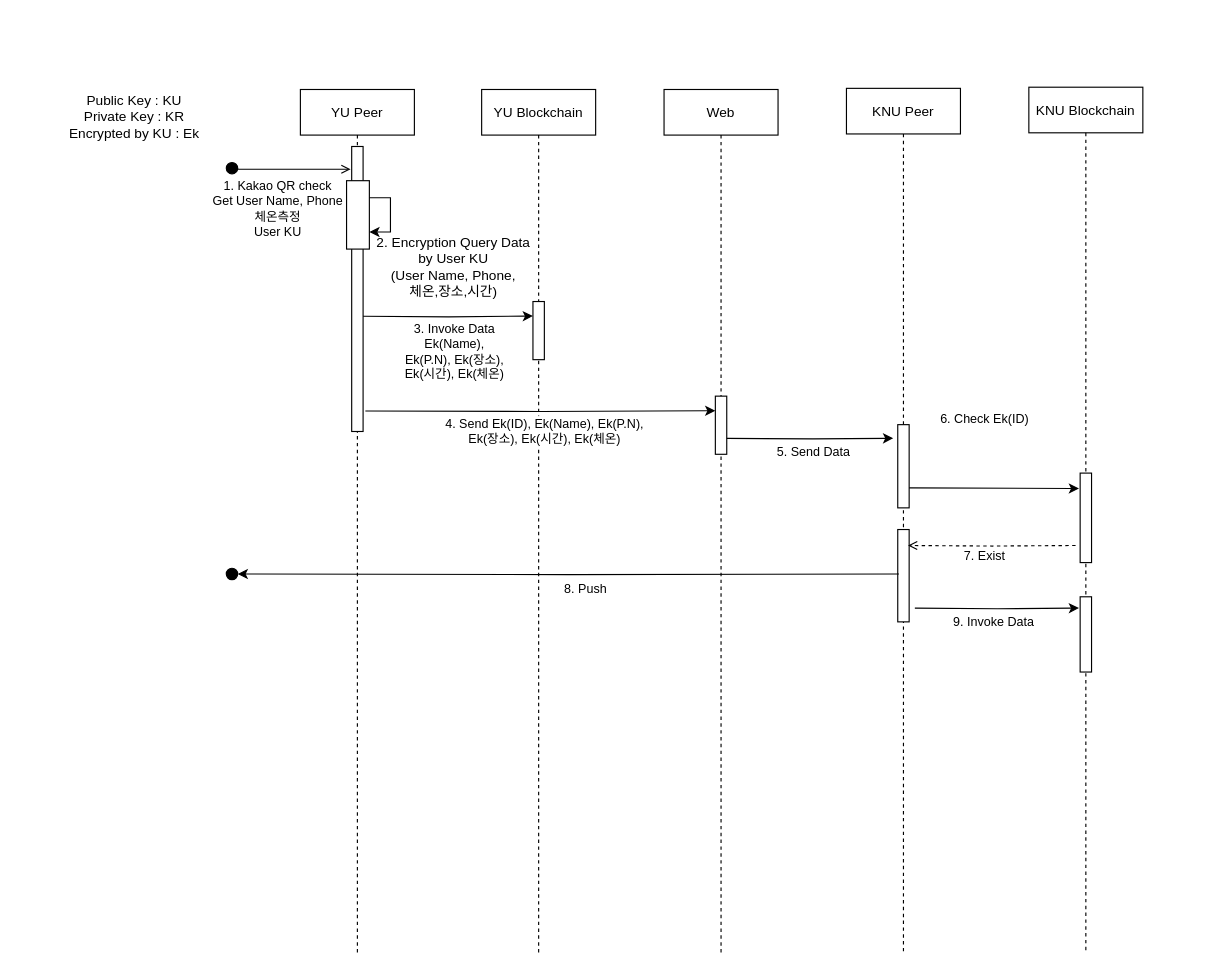
The draw.io diagram page "check by other org" (1 of 3) of Sequence Diagram.drawio in GunhyungKim/TrackingSystem, before the edit. Source tidied: cells renumbered, new cells numbered last; positions are measured from the earlier drawing's top-left corner, leaving out a move shared by most shapes. Both pictures are drawn from the tidied source at 114%, with x=0, y=0 at pixel (59, 87).
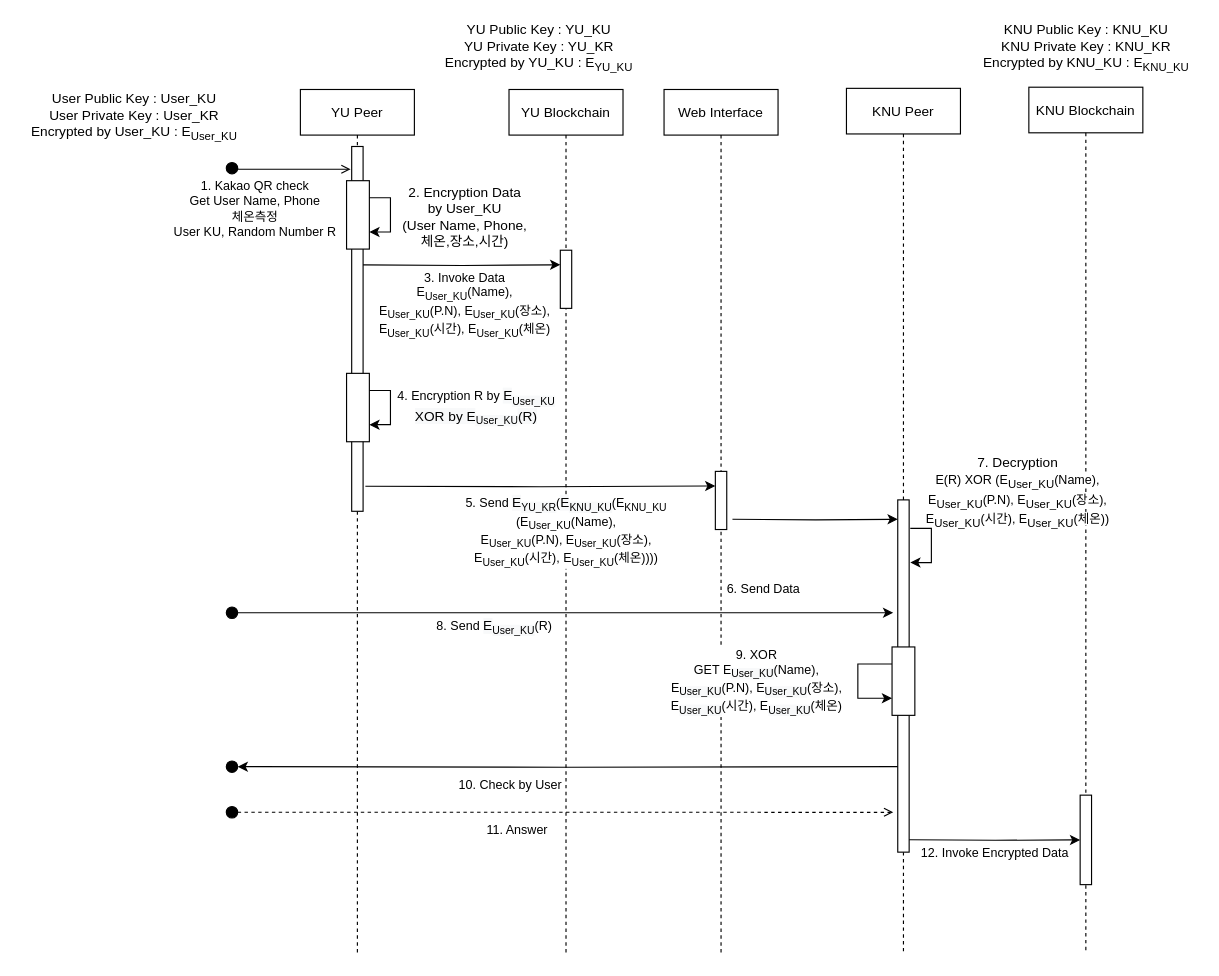
After the change.

The change refers to these unchanged cells:
```xml
<mxCell id="4" value="KNU Peer" style="shape=umlLifeline;perimeter=lifelinePerimeter;rounded=0;shadow=0;strokeWidth=1;" parent="1" vertex="1">
  <mxGeometry x="690" y="1" width="100" height="759" as="geometry" />
</mxCell>
<mxCell id="7" value="KNU Blockchain" style="shape=umlLifeline;perimeter=lifelinePerimeter;rounded=0;shadow=0;strokeWidth=1;" parent="1" vertex="1">
  <mxGeometry x="850" width="100" height="760" as="geometry" />
</mxCell>
<mxCell id="10" value="YU Peer" style="shape=umlLifeline;perimeter=lifelinePerimeter;rounded=0;shadow=0;strokeWidth=1;" parent="1" vertex="1">
  <mxGeometry x="211" y="2" width="100" height="759" as="geometry" />
</mxCell>
<mxCell id="15" style="edgeStyle=orthogonalEdgeStyle;rounded=0;jettySize=auto;html=1;exitX=1;exitY=0.5;exitDx=0;exitDy=0;endArrow=open;endFill=0;" parent="1" edge="1" source="14">
  <mxGeometry relative="1" as="geometry">
    <mxPoint x="255" y="72" as="targetPoint" />
    <Array as="points">
      <mxPoint x="156" y="72" />
    </Array>
  </mxGeometry>
</mxCell>
```

Diff of the diagram source:
```diff
@@
-    <mxCell id="2" value="Web" style="shape=umlLifeline;perimeter=lifelinePerimeter;rounded=0;shadow=0;strokeWidth=1;" parent="1" vertex="1">
+    <mxCell id="2" value="Web Interface" style="shape=umlLifeline;perimeter=lifelinePerimeter;rounded=0;shadow=0;strokeWidth=1;" parent="1" vertex="1">
       <mxGeometry x="530" y="2" width="100" height="759" as="geometry" />
     </mxCell>
     <mxCell id="3" style="rounded=0;whiteSpace=wrap;html=1;" parent="2" vertex="1">
-      <mxGeometry x="45" y="269" width="10" height="51" as="geometry" />
+      <mxGeometry x="45" y="335" width="10" height="51" as="geometry" />
     </mxCell>
@@
-    <mxCell id="5" style="rounded=0;whiteSpace=wrap;html=1;" parent="4" vertex="1">
-      <mxGeometry x="45" y="387" width="10" height="81" as="geometry" />
-    </mxCell>
     <mxCell id="6" style="rounded=0;whiteSpace=wrap;html=1;" parent="4" vertex="1">
-      <mxGeometry x="45" y="295" width="10" height="73" as="geometry" />
+      <mxGeometry x="45" y="361" width="10" height="309" as="geometry" />
     </mxCell>
+    <mxCell id="36" style="rounded=0;whiteSpace=wrap;html=1;fillColor=#FFFFFF;" parent="4" vertex="1">
+      <mxGeometry x="40" y="490" width="20" height="60" as="geometry" />
+    </mxCell>
+    <mxCell id="37" style="edgeStyle=orthogonalEdgeStyle;rounded=0;orthogonalLoop=1;jettySize=auto;html=1;exitX=0;exitY=0.25;exitDx=0;exitDy=0;entryX=0;entryY=0.75;entryDx=0;entryDy=0;" parent="4" edge="1" source="36" target="36">
+      <mxGeometry relative="1" as="geometry">
+        <Array as="points">
+          <mxPoint x="10" y="505" />
+          <mxPoint x="10" y="535" />
+        </Array>
+      </mxGeometry>
+    </mxCell>
+    <mxCell id="38" value="9. XOR&lt;br&gt;GET E&lt;sub style=&quot;background-color: rgb(248 , 249 , 250)&quot;&gt;User_KU&lt;/sub&gt;(Name),&lt;br style=&quot;background-color: rgb(248 , 249 , 250)&quot;&gt;E&lt;sub style=&quot;background-color: rgb(248 , 249 , 250)&quot;&gt;User_KU&lt;/sub&gt;(P.N), E&lt;sub style=&quot;background-color: rgb(248 , 249 , 250)&quot;&gt;User_KU&lt;/sub&gt;(장소),&lt;br style=&quot;background-color: rgb(248 , 249 , 250)&quot;&gt;E&lt;sub style=&quot;background-color: rgb(248 , 249 , 250)&quot;&gt;User_KU&lt;/sub&gt;(시간), E&lt;sub style=&quot;background-color: rgb(248 , 249 , 250)&quot;&gt;User_KU&lt;/sub&gt;(체온)" style="edgeLabel;html=1;align=center;verticalAlign=middle;" parent="37" vertex="1">
+      <mxGeometry x="-0.43" y="-3" relative="1" as="geometry">
+        <mxPoint x="-94" y="18" as="offset" />
+      </mxGeometry>
+    </mxCell>
@@
-    <mxCell id="8" style="rounded=0;whiteSpace=wrap;html=1;" parent="7" vertex="1">
-      <mxGeometry x="45" y="447" width="10" height="66" as="geometry" />
-    </mxCell>
     <mxCell id="9" style="rounded=0;whiteSpace=wrap;html=1;" parent="7" vertex="1">
-      <mxGeometry x="45" y="338.5" width="10" height="78.5" as="geometry" />
+      <mxGeometry x="45" y="621" width="10" height="78.5" as="geometry" />
     </mxCell>
@@
     <mxCell id="11" style="rounded=0;whiteSpace=wrap;html=1;" parent="10" vertex="1">
-      <mxGeometry x="45" y="50" width="10" height="250" as="geometry" />
+      <mxGeometry x="45" y="50" width="10" height="320" as="geometry" />
     </mxCell>
@@
+    <mxCell id="39" style="rounded=0;whiteSpace=wrap;html=1;fillColor=#FFFFFF;" parent="10" vertex="1">
+      <mxGeometry x="40.5" y="249" width="20" height="60" as="geometry" />
+    </mxCell>
+    <mxCell id="40" style="edgeStyle=orthogonalEdgeStyle;rounded=0;orthogonalLoop=1;jettySize=auto;html=1;exitX=1;exitY=0.25;exitDx=0;exitDy=0;entryX=1;entryY=0.75;entryDx=0;entryDy=0;" parent="10" edge="1" source="39" target="39">
+      <mxGeometry relative="1" as="geometry">
+        <Array as="points">
+          <mxPoint x="79" y="264" />
+          <mxPoint x="79" y="294" />
+        </Array>
+      </mxGeometry>
+    </mxCell>
+    <mxCell id="41" value="4. Encryption R by&amp;nbsp;&lt;span style=&quot;font-size: 12px ; background-color: rgb(248 , 249 , 250)&quot;&gt;E&lt;/span&gt;&lt;sub style=&quot;background-color: rgb(248 , 249 , 250)&quot;&gt;User_KU&lt;/sub&gt;&lt;br&gt;&lt;span style=&quot;font-size: 12px ; background-color: rgb(248 , 249 , 250)&quot;&gt;XOR by&amp;nbsp;&lt;/span&gt;&lt;span style=&quot;font-size: 12px ; background-color: rgb(248 , 249 , 250)&quot;&gt;E&lt;/span&gt;&lt;sub style=&quot;background-color: rgb(248 , 249 , 250)&quot;&gt;User_KU&lt;/sub&gt;&lt;span style=&quot;font-size: 12px ; background-color: rgb(248 , 249 , 250)&quot;&gt;(R)&lt;/span&gt;&lt;sub style=&quot;background-color: rgb(248 , 249 , 250)&quot;&gt;&lt;br&gt;&lt;/sub&gt;" style="edgeLabel;html=1;align=center;verticalAlign=middle;" parent="40" vertex="1">
+      <mxGeometry x="-0.45" y="-4" relative="1" as="geometry">
+        <mxPoint x="74.5" y="10" as="offset" />
+      </mxGeometry>
+    </mxCell>
@@
-    <mxCell id="16" value="1. Kakao QR check&lt;br&gt;Get User Name, Phone&lt;br&gt;체온측정&lt;br&gt;User KU" style="edgeLabel;html=1;align=center;verticalAlign=middle;" parent="15" vertex="1">
+    <mxCell id="16" value="1. Kakao QR check&lt;br&gt;Get User Name, Phone&lt;br&gt;체온측정&lt;br&gt;User KU, Random Number R" style="edgeLabel;html=1;align=center;verticalAlign=middle;" parent="15" vertex="1">
       <mxGeometry x="0.26" y="1" relative="1" as="geometry">
-        <mxPoint x="-28" y="35" as="offset" />
+        <mxPoint x="-48" y="35" as="offset" />
       </mxGeometry>
     </mxCell>
-    <mxCell id="17" value="2. Encryption Query Data&lt;br&gt;by User KU&lt;br&gt;(User Name, Phone,&lt;br&gt;체온,장소,시간)" style="text;html=1;align=center;verticalAlign=middle;" parent="1" vertex="1">
-      <mxGeometry x="270" y="128" width="150" height="60" as="geometry" />
+    <mxCell id="17" value="2. Encryption Data&lt;br&gt;by User_KU&lt;br&gt;(User Name, Phone,&lt;br&gt;체온,장소,시간)" style="text;html=1;align=center;verticalAlign=middle;" parent="1" vertex="1">
+      <mxGeometry x="295" y="84" width="120" height="60" as="geometry" />
     </mxCell>
-    <mxCell id="18" style="edgeStyle=orthogonalEdgeStyle;rounded=0;orthogonalLoop=1;jettySize=auto;html=1;exitX=1.5;exitY=0.9;exitDx=0;exitDy=0;entryX=-0.1;entryY=0.173;entryDx=0;entryDy=0;endArrow=classic;endFill=1;exitPerimeter=0;entryPerimeter=0;" parent="1" edge="1">
-      <mxGeometry relative="1" as="geometry">
-        <mxPoint x="750" y="457" as="sourcePoint" />
-        <mxPoint x="894" y="456.9" as="targetPoint" />
-      </mxGeometry>
-    </mxCell>
-    <mxCell id="19" value="9. Invoke Data" style="edgeLabel;html=1;align=center;verticalAlign=middle;" parent="18" vertex="1">
-      <mxGeometry x="-0.25" y="-1" relative="1" as="geometry">
-        <mxPoint x="15" y="10" as="offset" />
-      </mxGeometry>
-    </mxCell>
-    <mxCell id="20" style="edgeStyle=orthogonalEdgeStyle;rounded=0;jettySize=auto;html=1;exitX=0.1;exitY=0.9;exitDx=0;exitDy=0;endArrow=classic;endFill=1;exitPerimeter=0;entryX=1;entryY=0.5;entryDx=0;entryDy=0;" parent="1" edge="1" target="22">
-      <mxGeometry relative="1" as="geometry">
-        <mxPoint x="736" y="427" as="sourcePoint" />
-      </mxGeometry>
-    </mxCell>
-    <mxCell id="21" value="8. Push" style="edgeLabel;html=1;align=center;verticalAlign=middle;" parent="20" vertex="1">
-      <mxGeometry x="0.18" y="-1" relative="1" as="geometry">
-        <mxPoint x="66" y="13" as="offset" />
-      </mxGeometry>
-    </mxCell>
-    <mxCell id="22" style="ellipse;whiteSpace=wrap;html=1;fillColor=#000000;" parent="1" vertex="1">
-      <mxGeometry x="146" y="422" width="10" height="10" as="geometry" />
-    </mxCell>
     <mxCell id="23" value="YU Blockchain" style="shape=umlLifeline;perimeter=lifelinePerimeter;rounded=0;shadow=0;strokeWidth=1;" parent="1" vertex="1">
-      <mxGeometry x="370" y="2" width="100" height="760" as="geometry" />
+      <mxGeometry x="394" y="2" width="100" height="760" as="geometry" />
     </mxCell>
     <mxCell id="24" style="rounded=0;whiteSpace=wrap;html=1;" parent="23" vertex="1">
-      <mxGeometry x="45" y="186" width="10" height="51" as="geometry" />
+      <mxGeometry x="45" y="141" width="10" height="51" as="geometry" />
     </mxCell>
     <mxCell id="25" style="edgeStyle=orthogonalEdgeStyle;rounded=0;jettySize=auto;html=1;exitX=1;exitY=0.919;exitDx=0;exitDy=0;entryX=0;entryY=0.25;entryDx=0;entryDy=0;exitPerimeter=0;" parent="1" edge="1" target="24">
       <mxGeometry relative="1" as="geometry">
-        <mxPoint x="266" y="200.9" as="sourcePoint" />
+        <mxPoint x="266" y="155.9" as="sourcePoint" />
       </mxGeometry>
     </mxCell>
-    <mxCell id="26" value="3. Invoke Data&lt;br&gt;Ek(Name),&lt;br&gt;Ek(P.N), Ek(장소),&lt;br&gt;Ek(시간), Ek(체온)" style="edgeLabel;html=1;align=center;verticalAlign=middle;" parent="25" vertex="1">
+    <mxCell id="26" value="3. Invoke Data&lt;br&gt;E&lt;sub&gt;User_KU&lt;/sub&gt;(Name),&lt;br&gt;E&lt;sub&gt;User_KU&lt;/sub&gt;(P.N), E&lt;sub&gt;User_KU&lt;/sub&gt;(장소),&lt;br&gt;E&lt;sub&gt;User_KU&lt;/sub&gt;(시간), E&lt;sub&gt;User_KU&lt;/sub&gt;(체온)" style="edgeLabel;html=1;align=center;verticalAlign=middle;" parent="25" vertex="1">
       <mxGeometry x="-0.23" y="1" relative="1" as="geometry">
-        <mxPoint x="21" y="31.1" as="offset" />
+        <mxPoint x="21" y="35.1" as="offset" />
       </mxGeometry>
     </mxCell>
     <mxCell id="27" style="edgeStyle=orthogonalEdgeStyle;rounded=0;jettySize=auto;html=1;exitX=1.2;exitY=0.958;exitDx=0;exitDy=0;entryX=0;entryY=0.25;entryDx=0;entryDy=0;exitPerimeter=0;" parent="1" edge="1" target="3">
       <mxGeometry relative="1" as="geometry">
-        <mxPoint x="268" y="284" as="sourcePoint" />
+        <mxPoint x="268" y="350" as="sourcePoint" />
       </mxGeometry>
     </mxCell>
-    <mxCell id="28" value="4. Send Ek(ID), Ek(Name), Ek(P.N),&lt;br&gt;Ek(장소), Ek(시간), Ek(체온)" style="edgeLabel;html=1;align=center;verticalAlign=middle;" parent="27" vertex="1">
+    <mxCell id="28" value="5. Send&amp;nbsp;&lt;span style=&quot;font-size: 12px ; background-color: rgb(248 , 249 , 250)&quot;&gt;E&lt;/span&gt;&lt;sub style=&quot;background-color: rgb(248 , 249 , 250)&quot;&gt;YU_KR&lt;/sub&gt;(&lt;span style=&quot;font-size: 12px ; background-color: rgb(248 , 249 , 250)&quot;&gt;E&lt;/span&gt;&lt;sub style=&quot;background-color: rgb(248 , 249 , 250)&quot;&gt;KNU_KU&lt;/sub&gt;(E&lt;sub&gt;KNU_KU&lt;br&gt;&lt;/sub&gt;(E&lt;sub&gt;User_KU&lt;/sub&gt;(Name),&lt;br&gt;E&lt;sub&gt;User_KU&lt;/sub&gt;(P.N), E&lt;sub&gt;User_KU&lt;/sub&gt;(장소),&lt;br&gt;E&lt;sub&gt;User_KU&lt;/sub&gt;(시간), E&lt;sub&gt;User_KU&lt;/sub&gt;(체온))))" style="edgeLabel;html=1;align=center;verticalAlign=middle;" parent="27" vertex="1">
       <mxGeometry x="-0.62" y="-2" relative="1" as="geometry">
-        <mxPoint x="99" y="15" as="offset" />
+        <mxPoint x="118" y="37" as="offset" />
       </mxGeometry>
     </mxCell>
-    <mxCell id="29" style="edgeStyle=orthogonalEdgeStyle;rounded=0;jettySize=auto;html=1;entryX=-0.4;entryY=0.164;entryDx=0;entryDy=0;entryPerimeter=0;" parent="1" edge="1" target="6">
+    <mxCell id="29" style="edgeStyle=orthogonalEdgeStyle;rounded=0;jettySize=auto;html=1;entryX=0;entryY=0.055;entryDx=0;entryDy=0;entryPerimeter=0;" parent="1" edge="1" target="6">
       <mxGeometry relative="1" as="geometry">
-        <mxPoint x="585" y="308" as="sourcePoint" />
+        <mxPoint x="590" y="379" as="sourcePoint" />
       </mxGeometry>
     </mxCell>
-    <mxCell id="30" value="5. Send Data" style="edgeLabel;html=1;align=center;verticalAlign=middle;" parent="29" vertex="1">
+    <mxCell id="30" value="6. Send Data" style="edgeLabel;html=1;align=center;verticalAlign=middle;" parent="29" vertex="1">
       <mxGeometry y="49" relative="1" as="geometry">
         <mxPoint x="2" y="60" as="offset" />
       </mxGeometry>
     </mxCell>
-    <mxCell id="31" style="edgeStyle=orthogonalEdgeStyle;rounded=0;jettySize=auto;html=1;entryX=-0.1;entryY=0.172;entryDx=0;entryDy=0;entryPerimeter=0;" parent="1" edge="1" target="9">
-      <mxGeometry relative="1" as="geometry">
-        <mxPoint x="745" y="351.5" as="sourcePoint" />
-      </mxGeometry>
-    </mxCell>
-    <mxCell id="32" value="6. Check Ek(ID)" style="edgeLabel;html=1;align=center;verticalAlign=middle;" parent="31" vertex="1">
-      <mxGeometry y="48" relative="1" as="geometry">
-        <mxPoint x="-10" y="-13.2" as="offset" />
-      </mxGeometry>
-    </mxCell>
-    <mxCell id="33" style="edgeStyle=orthogonalEdgeStyle;rounded=0;jettySize=auto;html=1;entryX=0.9;entryY=0.173;entryDx=0;entryDy=0;entryPerimeter=0;dashed=1;endArrow=open;endFill=0;" parent="1" edge="1" target="5">
-      <mxGeometry relative="1" as="geometry">
-        <mxPoint x="891" y="402" as="sourcePoint" />
-      </mxGeometry>
-    </mxCell>
-    <mxCell id="34" value="7. Exist" style="edgeLabel;html=1;align=center;verticalAlign=middle;" parent="33" vertex="1">
-      <mxGeometry x="0.32" y="4" relative="1" as="geometry">
-        <mxPoint x="16" y="4" as="offset" />
-      </mxGeometry>
-    </mxCell>
-    <mxCell id="35" value="Public Key : KU&lt;br&gt;Private Key : KR&lt;br&gt;Encrypted by KU : Ek" style="text;html=1;align=center;verticalAlign=middle;" parent="1" vertex="1">
-      <mxGeometry y="1" width="130" height="50" as="geometry" />
+    <mxCell id="35" value="User Public Key : User_KU&lt;br&gt;User Private Key : User_KR&lt;br&gt;Encrypted by User_KU : E&lt;sub&gt;User_KU&lt;/sub&gt;" style="text;html=1;align=center;verticalAlign=middle;" parent="1" vertex="1">
+      <mxGeometry x="-35" y="1" width="200" height="50" as="geometry" />
     </mxCell>
+    <mxCell id="42" value="YU Public Key : YU_KU&lt;br&gt;YU Private Key : YU_KR&lt;br&gt;Encrypted by YU_KU : E&lt;sub&gt;YU_KU&lt;/sub&gt;" style="text;html=1;align=center;verticalAlign=middle;" parent="1" vertex="1">
+      <mxGeometry x="330" y="-59" width="180" height="50" as="geometry" />
+    </mxCell>
+    <mxCell id="43" value="KNU Public Key : KNU_KU&lt;br&gt;KNU Private Key : KNU_KR&lt;br&gt;Encrypted by KNU_KU : E&lt;sub&gt;KNU_KU&lt;/sub&gt;" style="text;html=1;align=center;verticalAlign=middle;" parent="1" vertex="1">
+      <mxGeometry x="800" y="-59" width="200" height="50" as="geometry" />
+    </mxCell>
+    <mxCell id="44" style="edgeStyle=orthogonalEdgeStyle;rounded=0;orthogonalLoop=1;jettySize=auto;html=1;exitX=1;exitY=0.25;exitDx=0;exitDy=0;entryX=1;entryY=0.75;entryDx=0;entryDy=0;" parent="1" edge="1">
+      <mxGeometry relative="1" as="geometry">
+        <mxPoint x="746" y="387" as="sourcePoint" />
+        <mxPoint x="746" y="417" as="targetPoint" />
+        <Array as="points">
+          <mxPoint x="764.5" y="387" />
+          <mxPoint x="764.5" y="417" />
+        </Array>
+      </mxGeometry>
+    </mxCell>
+    <mxCell id="45" value="7. Decryption&lt;br&gt;&lt;span style=&quot;font-size: 11px ; background-color: rgb(255 , 255 , 255)&quot;&gt;E(R) XOR (E&lt;/span&gt;&lt;sub&gt;User_KU&lt;/sub&gt;&lt;span style=&quot;font-size: 11px ; background-color: rgb(255 , 255 , 255)&quot;&gt;(Name),&lt;/span&gt;&lt;br style=&quot;font-size: 11px&quot;&gt;&lt;span style=&quot;font-size: 11px ; background-color: rgb(255 , 255 , 255)&quot;&gt;E&lt;/span&gt;&lt;sub&gt;User_KU&lt;/sub&gt;&lt;span style=&quot;font-size: 11px ; background-color: rgb(255 , 255 , 255)&quot;&gt;(P.N), E&lt;/span&gt;&lt;sub&gt;User_KU&lt;/sub&gt;&lt;span style=&quot;font-size: 11px ; background-color: rgb(255 , 255 , 255)&quot;&gt;(장소),&lt;/span&gt;&lt;br style=&quot;font-size: 11px&quot;&gt;&lt;span style=&quot;font-size: 11px ; background-color: rgb(255 , 255 , 255)&quot;&gt;E&lt;/span&gt;&lt;sub&gt;User_KU&lt;/sub&gt;&lt;span style=&quot;font-size: 11px ; background-color: rgb(255 , 255 , 255)&quot;&gt;(시간), E&lt;/span&gt;&lt;sub&gt;User_KU&lt;/sub&gt;&lt;span style=&quot;font-size: 11px ; background-color: rgb(255 , 255 , 255)&quot;&gt;(체온))&lt;/span&gt;" style="text;html=1;align=center;verticalAlign=middle;" parent="1" vertex="1">
+      <mxGeometry x="750" y="321" width="180" height="70" as="geometry" />
+    </mxCell>
+    <mxCell id="46" style="edgeStyle=orthogonalEdgeStyle;rounded=0;jettySize=auto;html=1;exitX=1;exitY=0.5;exitDx=0;exitDy=0;" parent="1" edge="1" source="48">
+      <mxGeometry relative="1" as="geometry">
+        <mxPoint x="731" y="461" as="targetPoint" />
+      </mxGeometry>
+    </mxCell>
+    <mxCell id="47" value="8. Send&amp;nbsp;&lt;span style=&quot;font-size: 12px ; background-color: rgb(248 , 249 , 250)&quot;&gt;E&lt;/span&gt;&lt;sub style=&quot;background-color: rgb(248 , 249 , 250)&quot;&gt;User_KU&lt;/sub&gt;(R)" style="edgeLabel;html=1;align=center;verticalAlign=middle;" parent="46" vertex="1">
+      <mxGeometry x="-0.28" y="-1" relative="1" as="geometry">
+        <mxPoint x="17" y="11.8" as="offset" />
+      </mxGeometry>
+    </mxCell>
+    <mxCell id="48" style="ellipse;whiteSpace=wrap;html=1;fillColor=#000000;" parent="1" vertex="1">
+      <mxGeometry x="146" y="456" width="10" height="10" as="geometry" />
+    </mxCell>
+    <mxCell id="49" style="edgeStyle=orthogonalEdgeStyle;rounded=0;jettySize=auto;html=1;exitX=1;exitY=0.958;exitDx=0;exitDy=0;entryX=0;entryY=0.5;entryDx=0;entryDy=0;exitPerimeter=0;" parent="1" edge="1" target="9">
+      <mxGeometry relative="1" as="geometry">
+        <mxPoint x="745" y="660.1" as="sourcePoint" />
+      </mxGeometry>
+    </mxCell>
+    <mxCell id="50" value="12. Invoke Encrypted Data" style="edgeLabel;html=1;align=center;verticalAlign=middle;" parent="49" vertex="1">
+      <mxGeometry x="-0.35" relative="1" as="geometry">
+        <mxPoint x="26" y="10.9" as="offset" />
+      </mxGeometry>
+    </mxCell>
+    <mxCell id="51" style="edgeStyle=orthogonalEdgeStyle;rounded=0;jettySize=auto;html=1;entryX=1;entryY=0.5;entryDx=0;entryDy=0;endArrow=classic;endFill=1;" parent="1" edge="1" target="53">
+      <mxGeometry relative="1" as="geometry">
+        <mxPoint x="735" y="596" as="sourcePoint" />
+      </mxGeometry>
+    </mxCell>
+    <mxCell id="52" value="10. Check by User" style="edgeLabel;html=1;align=center;verticalAlign=middle;" parent="51" vertex="1">
+      <mxGeometry x="0.28" y="-2" relative="1" as="geometry">
+        <mxPoint x="30" y="17" as="offset" />
+      </mxGeometry>
+    </mxCell>
+    <mxCell id="53" style="ellipse;whiteSpace=wrap;html=1;fillColor=#000000;" parent="1" vertex="1">
+      <mxGeometry x="146" y="591" width="10" height="10" as="geometry" />
+    </mxCell>
+    <mxCell id="54" style="edgeStyle=orthogonalEdgeStyle;rounded=0;jettySize=auto;html=1;exitX=1;exitY=0.5;exitDx=0;exitDy=0;entryX=-0.4;entryY=0.887;entryDx=0;entryDy=0;entryPerimeter=0;dashed=1;endArrow=open;endFill=0;" parent="1" edge="1" source="56" target="6">
+      <mxGeometry relative="1" as="geometry" />
+    </mxCell>
+    <mxCell id="55" value="11. Answer" style="edgeLabel;html=1;align=center;verticalAlign=middle;" parent="54" vertex="1">
+      <mxGeometry x="-0.14" y="1" relative="1" as="geometry">
+        <mxPoint x="-2.3" y="16" as="offset" />
+      </mxGeometry>
+    </mxCell>
+    <mxCell id="56" style="ellipse;whiteSpace=wrap;html=1;fillColor=#000000;" parent="1" vertex="1">
+      <mxGeometry x="146" y="631" width="10" height="10" as="geometry" />
+    </mxCell>
```
